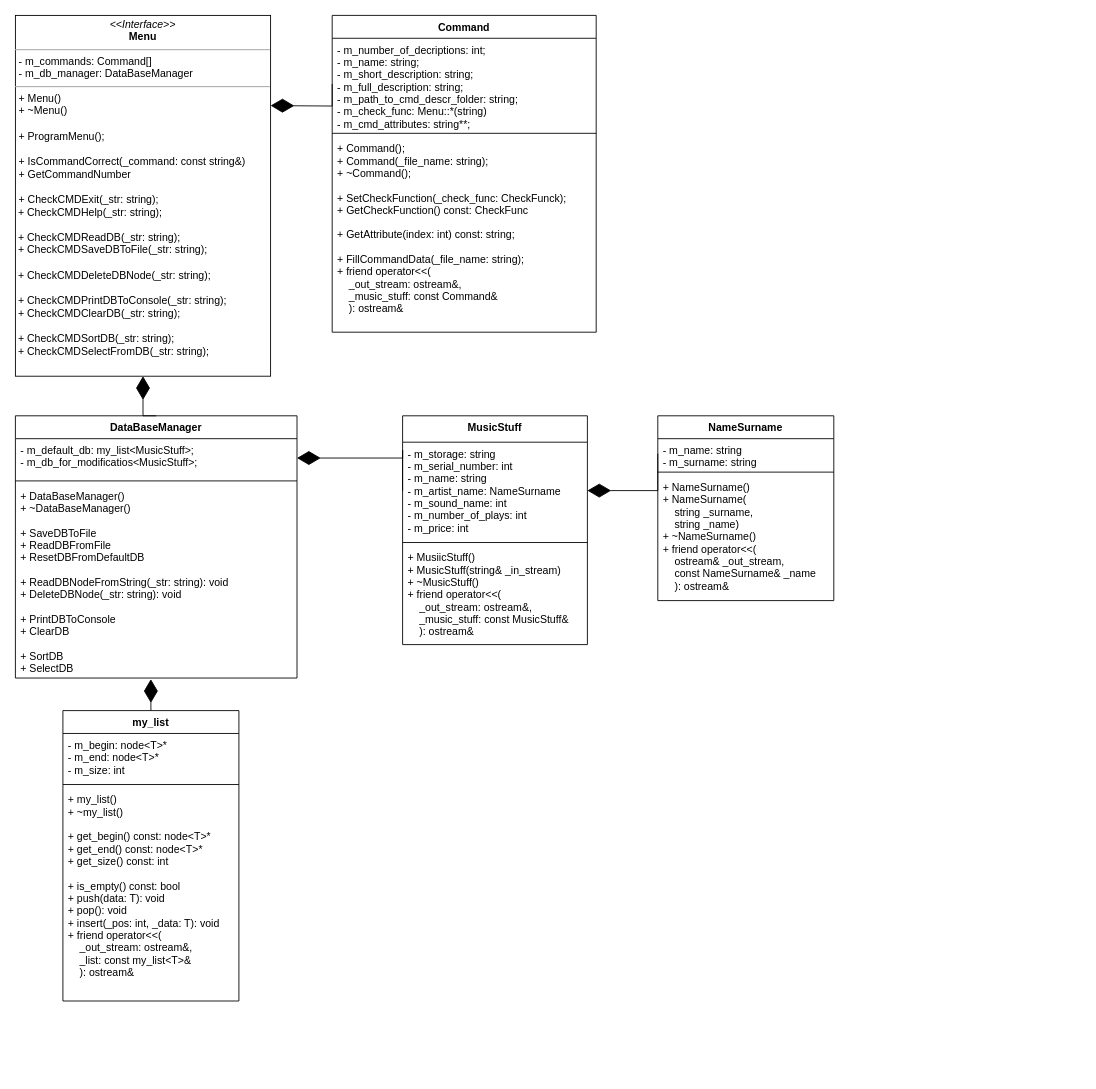
AKTOETO/SUBD_kursovaya-2022 keeps this draw.io diagram as task/Class_Diagram.drawio. Above is the earlier version. Source tidied: cells renumbered, new cells numbered last; positions are measured from the earlier drawing's top-left corner, leaving out a move shared by most shapes. Both pictures are drawn from the tidied source at 88%, with x=0, y=0 at pixel (15, 15).
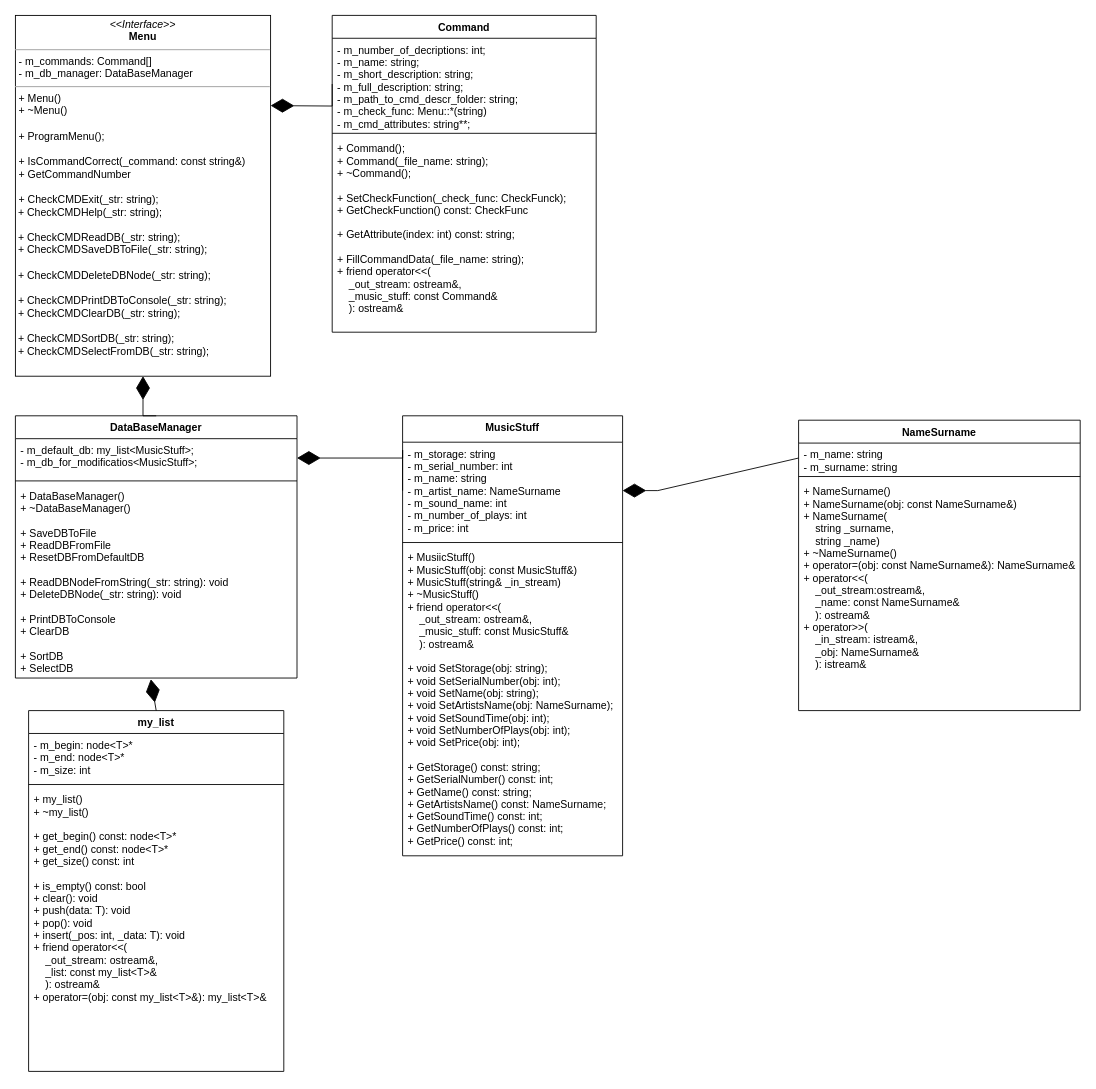
Above is the later version.

Commit message (it also covers changes not shown here):
- updated class diagram - fixed bug in CheckCMDReadDB function

Change to the diagram source:
```diff
@@
     <mxCell id="2" value="MusicStuff" style="swimlane;fontStyle=1;align=center;verticalAlign=top;horizontal=1;startSize=30;" parent="1" vertex="1">
-      <mxGeometry x="440" y="455" width="210" height="260" as="geometry" />
+      <mxGeometry x="440" y="455" width="250" height="500" as="geometry" />
     </mxCell>
     <mxCell id="3" value="- m_storage: string&#10;- m_serial_number: int&#10;- m_name: string&#10;- m_artist_name: NameSurname &#10;- m_sound_name: int&#10;- m_number_of_plays: int&#10;- m_price: int&#10; " style="text;strokeColor=none;fillColor=none;align=left;verticalAlign=top;spacingLeft=4;spacingRight=4;overflow=hidden;points=[[0,0.5],[1,0.5]];portConstraint=eastwest;" parent="2" vertex="1">
-      <mxGeometry y="30" width="210" height="110" as="geometry" />
+      <mxGeometry y="30" width="250" height="110" as="geometry" />
     </mxCell>
     <mxCell id="4" style="line;strokeWidth=1;fillColor=none;align=left;verticalAlign=middle;spacingTop=-1;spacingLeft=3;spacingRight=3;labelPosition=right;" parent="2" vertex="1">
-      <mxGeometry y="140" width="210" height="8" as="geometry" />
+      <mxGeometry y="140" width="250" height="8" as="geometry" />
     </mxCell>
-    <mxCell id="5" value="+ MusiicStuff()&#10;+ MusicStuff(string&amp; _in_stream)&#10;+ ~MusicStuff()&#10;+ friend operator&lt;&lt;(&#10;    _out_stream: ostream&amp;,&#10;    _music_stuff: const MusicStuff&amp; &#10;    ): ostream&amp;" style="text;strokeColor=none;fillColor=none;align=left;verticalAlign=top;spacingLeft=4;spacingRight=4;overflow=hidden;" parent="2" vertex="1">
-      <mxGeometry y="148" width="210" height="112" as="geometry" />
+    <mxCell id="5" value="+ MusiicStuff()&#10;+ MusicStuff(obj: const MusicStuff&amp;)&#10;+ MusicStuff(string&amp; _in_stream)&#10;+ ~MusicStuff()&#10;+ friend operator&lt;&lt;(&#10;    _out_stream: ostream&amp;,&#10;    _music_stuff: const MusicStuff&amp; &#10;    ): ostream&amp;&#10;&#10;+ void SetStorage(obj: string);&#10;+ void SetSerialNumber(obj: int);&#10;+ void SetName(obj: string);&#10;+ void SetArtistsName(obj: NameSurname);&#10;+ void SetSoundTime(obj: int);&#10;+ void SetNumberOfPlays(obj: int);&#10;+ void SetPrice(obj: int);&#10;&#10;+ GetStorage() const: string;&#10;+ GetSerialNumber() const: int;&#10;+ GetName() const: string;&#10;+ GetArtistsName() const: NameSurname;&#10;+ GetSoundTime() const: int;&#10;+ GetNumberOfPlays() const: int;&#10;+ GetPrice() const: int;" style="text;strokeColor=none;fillColor=none;align=left;verticalAlign=top;spacingLeft=4;spacingRight=4;overflow=hidden;" parent="2" vertex="1">
+      <mxGeometry y="148" width="250" height="352" as="geometry" />
     </mxCell>
     <mxCell id="6" value="NameSurname" style="swimlane;fontStyle=1;align=center;verticalAlign=top;horizontal=1;startSize=26;" parent="1" vertex="1">
-      <mxGeometry x="730" y="455" width="200" height="210" as="geometry" />
+      <mxGeometry x="890" y="460" width="320" height="330" as="geometry" />
     </mxCell>
     <mxCell id="7" value="- m_name: string&#10;- m_surname: string " style="text;strokeColor=none;fillColor=none;align=left;verticalAlign=top;spacingLeft=4;spacingRight=4;overflow=hidden;points=[[0,0.5],[1,0.5]];portConstraint=eastwest;" parent="6" vertex="1">
-      <mxGeometry y="26" width="200" height="34" as="geometry" />
+      <mxGeometry y="26" width="320" height="34" as="geometry" />
     </mxCell>
     <mxCell id="8" style="line;strokeWidth=1;fillColor=none;align=left;verticalAlign=middle;spacingTop=-1;spacingLeft=3;spacingRight=3;labelPosition=right;" parent="6" vertex="1">
-      <mxGeometry y="60" width="200" height="8" as="geometry" />
+      <mxGeometry y="60" width="320" height="8" as="geometry" />
     </mxCell>
-    <mxCell id="9" value="+ NameSurname()&#10;+ NameSurname(&#10;    string _surname,&#10;    string _name)&#10;+ ~NameSurname()&#10;+ friend operator&lt;&lt;(&#10;    ostream&amp; _out_stream,&#10;    const NameSurname&amp; _name&#10;    ): ostream&amp;&#10;" style="text;strokeColor=none;fillColor=none;align=left;verticalAlign=top;spacingLeft=4;spacingRight=4;overflow=hidden;" parent="6" vertex="1">
-      <mxGeometry y="68" width="200" height="142" as="geometry" />
+    <mxCell id="9" value="+ NameSurname()&#10;+ NameSurname(obj: const NameSurname&amp;)&#10;+ NameSurname(&#10;    string _surname,&#10;    string _name)&#10;+ ~NameSurname()&#10;+ operator=(obj: const NameSurname&amp;): NameSurname&amp;&#10;+ operator&lt;&lt;(&#10;    _out_stream:ostream&amp;,&#10;    _name: const NameSurname&amp;&#10;    ): ostream&amp;&#10;+ operator&gt;&gt;(&#10;    _in_stream: istream&amp;,&#10;    _obj: NameSurname&amp;&#10;    ): istream&amp; &#10;" style="text;strokeColor=none;fillColor=none;align=left;verticalAlign=top;spacingLeft=4;spacingRight=4;overflow=hidden;" parent="6" vertex="1">
+      <mxGeometry y="68" width="320" height="262" as="geometry" />
     </mxCell>
@@
     <mxCell id="16" value="my_list" style="swimlane;fontStyle=1;align=center;verticalAlign=top;horizontal=1;startSize=26;" parent="1" vertex="1">
-      <mxGeometry x="54" y="790" width="200" height="330" as="geometry" />
+      <mxGeometry x="15" y="790" width="290" height="410" as="geometry" />
     </mxCell>
     <mxCell id="17" value="- m_begin: node&lt;T&gt;*&#10;- m_end: node&lt;T&gt;*&#10;- m_size: int" style="text;strokeColor=none;fillColor=none;align=left;verticalAlign=top;spacingLeft=4;spacingRight=4;overflow=hidden;" parent="16" vertex="1">
-      <mxGeometry y="26" width="200" height="54" as="geometry" />
+      <mxGeometry y="26" width="290" height="54" as="geometry" />
     </mxCell>
     <mxCell id="18" style="line;strokeWidth=1;fillColor=none;align=left;verticalAlign=middle;spacingTop=-1;spacingLeft=3;spacingRight=3;labelPosition=right;" parent="16" vertex="1">
-      <mxGeometry y="80" width="200" height="8" as="geometry" />
+      <mxGeometry y="80" width="290" height="8" as="geometry" />
     </mxCell>
-    <mxCell id="19" value="+ my_list()&#10;+ ~my_list()&#10;&#10;+ get_begin() const: node&lt;T&gt;*&#10;+ get_end() const: node&lt;T&gt;*&#10;+ get_size() const: int&#10;&#10;+ is_empty() const: bool&#10;+ push(data: T): void&#10;+ pop(): void&#10;+ insert(_pos: int, _data: T): void&#10;+ friend operator&lt;&lt;(&#10;    _out_stream: ostream&amp;,&#10;    _list: const my_list&lt;T&gt;&amp; &#10;    ): ostream&amp;" style="text;strokeColor=none;fillColor=none;align=left;verticalAlign=top;spacingLeft=4;spacingRight=4;overflow=hidden;" parent="16" vertex="1">
-      <mxGeometry y="88" width="200" height="242" as="geometry" />
+    <mxCell id="19" value="+ my_list()&#10;+ ~my_list()&#10;&#10;+ get_begin() const: node&lt;T&gt;*&#10;+ get_end() const: node&lt;T&gt;*&#10;+ get_size() const: int&#10;&#10;+ is_empty() const: bool&#10;+ clear(): void&#10;+ push(data: T): void&#10;+ pop(): void&#10;+ insert(_pos: int, _data: T): void&#10;+ friend operator&lt;&lt;(&#10;    _out_stream: ostream&amp;,&#10;    _list: const my_list&lt;T&gt;&amp; &#10;    ): ostream&amp;&#10;+ operator=(obj: const my_list&lt;T&gt;&amp;): my_list&lt;T&gt;&amp;" style="text;strokeColor=none;fillColor=none;align=left;verticalAlign=top;spacingLeft=4;spacingRight=4;overflow=hidden;" parent="16" vertex="1">
+      <mxGeometry y="88" width="290" height="322" as="geometry" />
     </mxCell>
```
